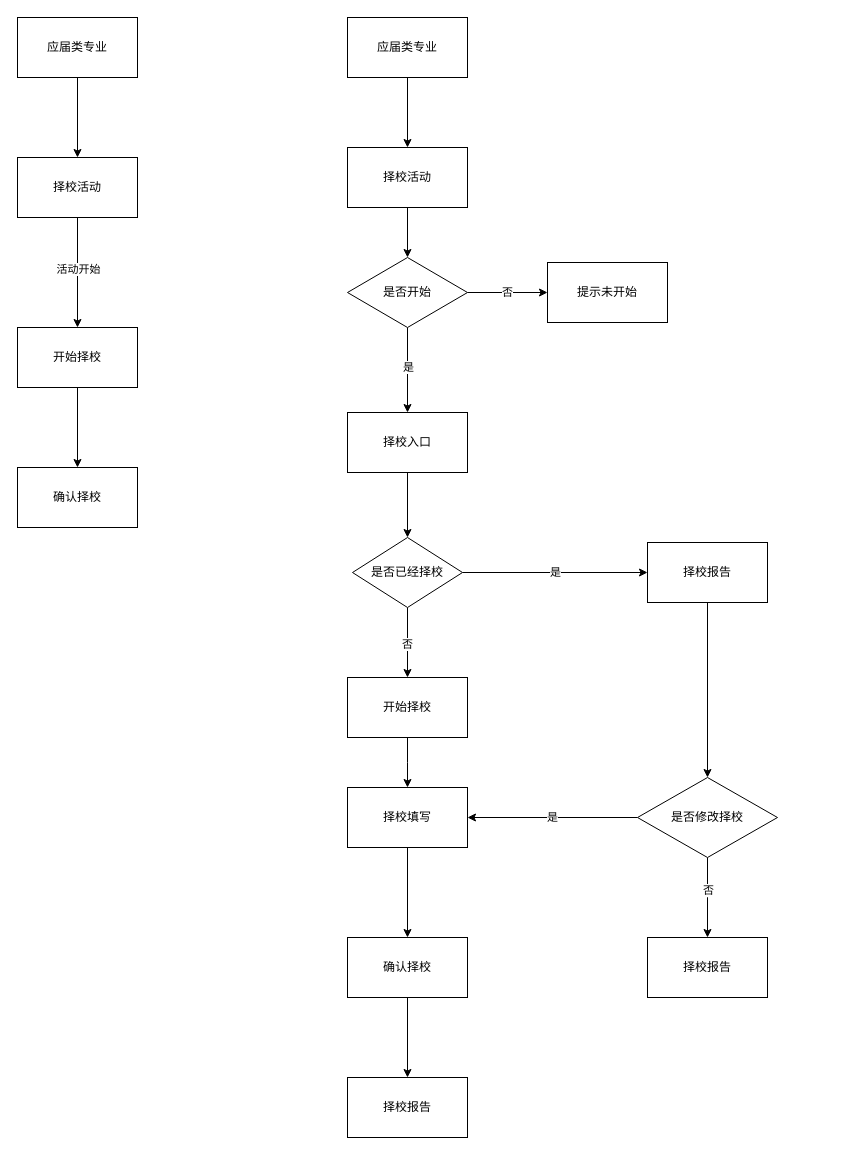
YYB1024/myRemoteRepo keeps this draw.io diagram as 海绵业务流程图/CC择校.drawio. Above is the earlier version. Source tidied: cells renumbered, new cells numbered last; positions are measured from the earlier drawing's top-left corner, leaving out a move shared by most shapes. Both pictures are drawn from the tidied source at 100%, with x=0, y=0 at pixel (17, 17).
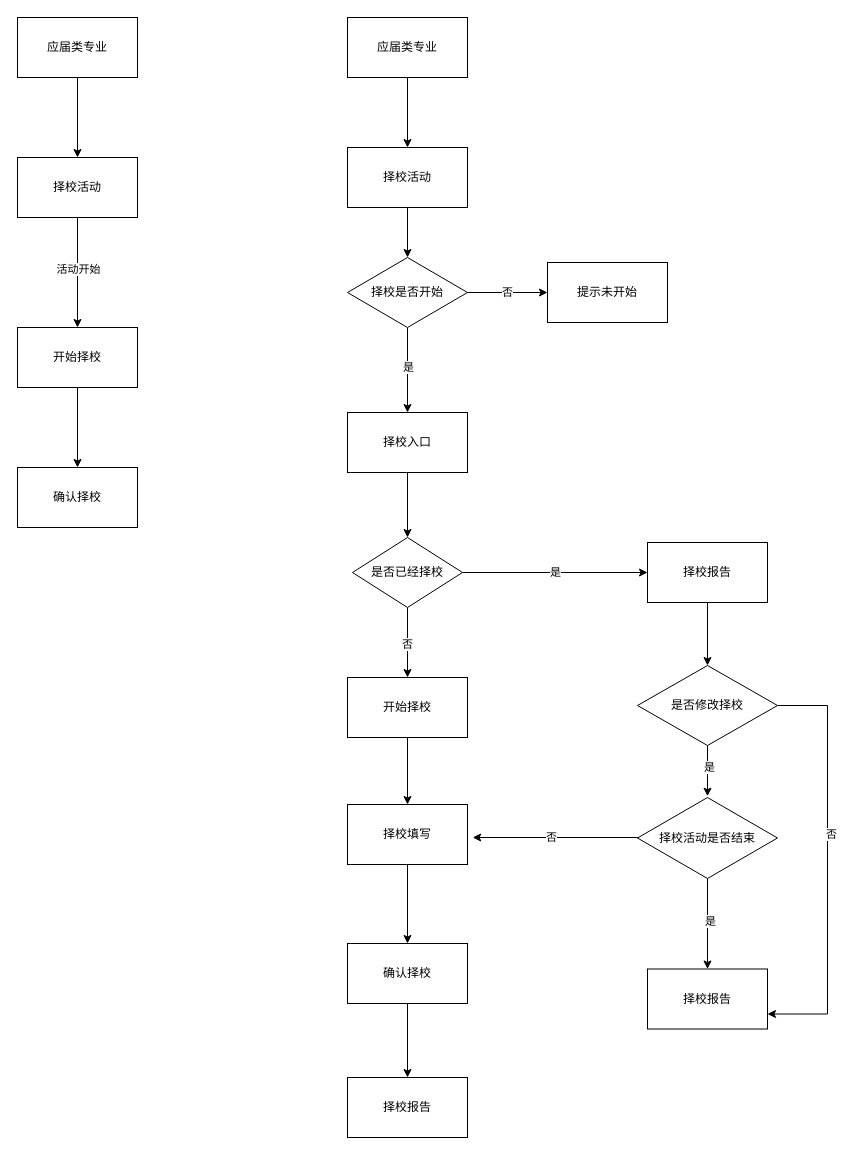
The same page after the edit.

The change refers to these unchanged cells:
```xml
<mxCell id="28" value="开始择校" style="whiteSpace=wrap;html=1;rounded=0;" parent="1" vertex="1">
  <mxGeometry x="330" y="660" width="120" height="60" as="geometry" />
</mxCell>
```

What changed in the source:
```diff
@@
-    <mxCell id="17" value="是否开始" style="rhombus;whiteSpace=wrap;html=1;rounded=0;" parent="1" vertex="1">
+    <mxCell id="17" value="择校是否开始" style="rhombus;whiteSpace=wrap;html=1;rounded=0;" parent="1" vertex="1">
       <mxGeometry x="330" y="240" width="120" height="70" as="geometry" />
     </mxCell>
@@
-    <mxCell id="27" style="edgeStyle=orthogonalEdgeStyle;rounded=0;jettySize=auto;html=1;" parent="1" edge="1" source="28">
-      <mxGeometry relative="1" as="geometry">
-        <mxPoint x="390" y="770" as="targetPoint" />
-      </mxGeometry>
+    <mxCell id="27" style="edgeStyle=orthogonalEdgeStyle;rounded=0;jettySize=auto;html=1;entryX=0.5;entryY=0;entryDx=0;entryDy=0;" parent="1" edge="1" source="28" target="30">
+      <mxGeometry relative="1" as="geometry" />
     </mxCell>
@@
     <mxCell id="30" value="择校填写" style="whiteSpace=wrap;html=1;rounded=0;" parent="1" vertex="1">
-      <mxGeometry x="330" y="770" width="120" height="60" as="geometry" />
+      <mxGeometry x="330" y="787" width="120" height="60" as="geometry" />
     </mxCell>
@@
     <mxCell id="32" value="确认择校" style="whiteSpace=wrap;html=1;rounded=0;" parent="1" vertex="1">
-      <mxGeometry x="330" y="920" width="120" height="60" as="geometry" />
+      <mxGeometry x="330" y="926" width="120" height="60" as="geometry" />
     </mxCell>
-    <mxCell id="33" value="是" style="edgeStyle=orthogonalEdgeStyle;rounded=0;jettySize=auto;html=1;entryX=1;entryY=0.5;entryDx=0;entryDy=0;" parent="1" edge="1" source="36" target="30">
-      <mxGeometry relative="1" as="geometry" />
-    </mxCell>
-    <mxCell id="34" style="edgeStyle=orthogonalEdgeStyle;rounded=0;jettySize=auto;html=1;" parent="1" edge="1" source="36">
-      <mxGeometry relative="1" as="geometry">
-        <mxPoint x="690" y="920" as="targetPoint" />
-      </mxGeometry>
-    </mxCell>
-    <mxCell id="35" value="否" style="edgeLabel;html=1;align=center;verticalAlign=middle;" parent="34" vertex="1">
-      <mxGeometry x="-0.21" relative="1" as="geometry" />
-    </mxCell>
+    <mxCell id="39" style="edgeStyle=orthogonalEdgeStyle;rounded=0;jettySize=auto;html=1;" parent="1" edge="1" source="36">
+      <mxGeometry relative="1" as="geometry">
+        <mxPoint x="690" y="778.7" as="targetPoint" />
+      </mxGeometry>
+    </mxCell>
+    <mxCell id="40" value="是" style="edgeLabel;html=1;align=center;verticalAlign=middle;" parent="39" vertex="1">
+      <mxGeometry x="-0.19" y="1" relative="1" as="geometry" />
+    </mxCell>
+    <mxCell id="41" style="edgeStyle=orthogonalEdgeStyle;rounded=0;jettySize=auto;html=1;entryX=1;entryY=0.75;entryDx=0;entryDy=0;" parent="1" edge="1" source="36" target="38">
+      <mxGeometry relative="1" as="geometry">
+        <Array as="points">
+          <mxPoint x="810" y="688" />
+          <mxPoint x="810" y="997" />
+        </Array>
+      </mxGeometry>
+    </mxCell>
+    <mxCell id="42" value="否" style="edgeLabel;html=1;align=center;verticalAlign=middle;" parent="41" vertex="1">
+      <mxGeometry x="-0.15" y="3" relative="1" as="geometry" />
+    </mxCell>
     <mxCell id="36" value="是否修改择校" style="rhombus;whiteSpace=wrap;html=1;rounded=0;" parent="1" vertex="1">
-      <mxGeometry x="620" y="760" width="140" height="80" as="geometry" />
+      <mxGeometry x="620" y="648" width="140" height="80" as="geometry" />
     </mxCell>
@@
+    <mxCell id="43" style="edgeStyle=orthogonalEdgeStyle;rounded=0;jettySize=auto;html=1;" parent="1" edge="1" source="47">
+      <mxGeometry relative="1" as="geometry">
+        <mxPoint x="455.2" y="820" as="targetPoint" />
+      </mxGeometry>
+    </mxCell>
+    <mxCell id="44" value="否" style="edgeLabel;html=1;align=center;verticalAlign=middle;" parent="43" vertex="1">
+      <mxGeometry x="0.05" y="-1" relative="1" as="geometry" />
+    </mxCell>
+    <mxCell id="45" style="edgeStyle=orthogonalEdgeStyle;rounded=0;jettySize=auto;html=1;" parent="1" edge="1" source="47" target="38">
+      <mxGeometry relative="1" as="geometry" />
+    </mxCell>
+    <mxCell id="46" value="是" style="edgeLabel;html=1;align=center;verticalAlign=middle;" parent="45" vertex="1">
+      <mxGeometry x="-0.07" y="2" relative="1" as="geometry" />
+    </mxCell>
+    <mxCell id="47" value="择校活动是否结束" style="rhombus;whiteSpace=wrap;html=1;rounded=0;" parent="1" vertex="1">
+      <mxGeometry x="620" y="780" width="140" height="81" as="geometry" />
+    </mxCell>
     <mxCell id="38" value="择校报告" style="whiteSpace=wrap;html=1;rounded=0;" parent="1" vertex="1">
-      <mxGeometry x="630" y="920" width="120" height="60" as="geometry" />
+      <mxGeometry x="630" y="951.5" width="120" height="60" as="geometry" />
     </mxCell>
```
